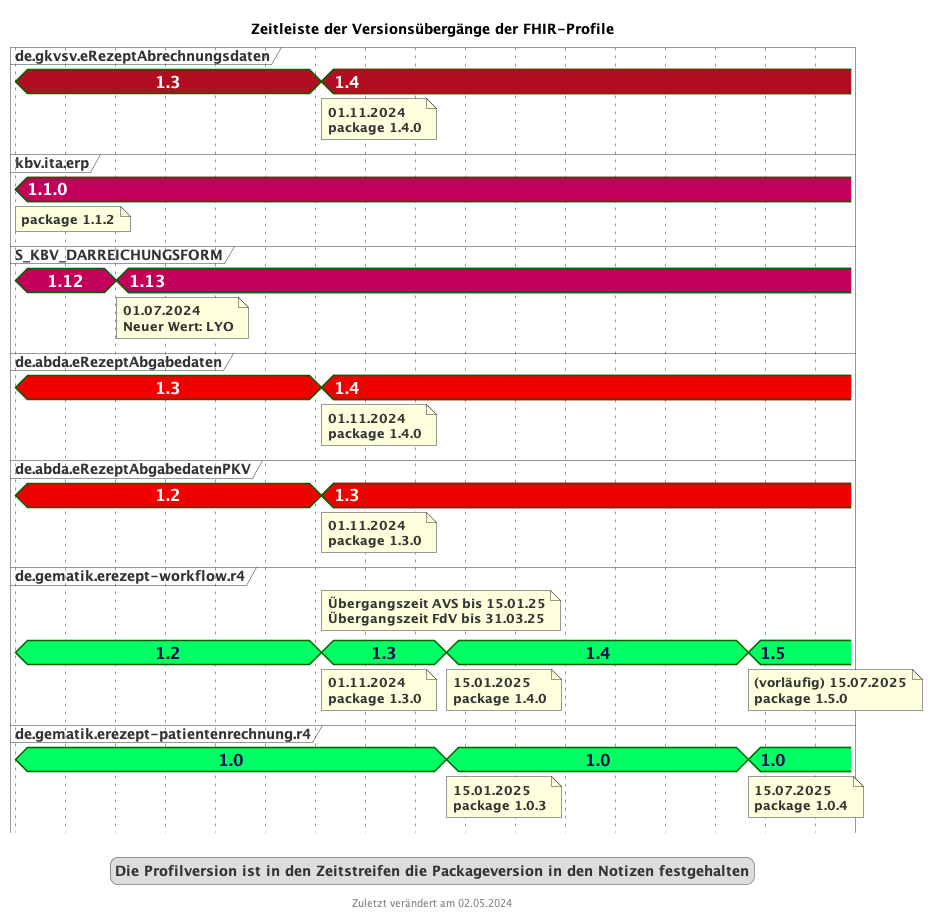
Earlier version of the PlantUML export images/puml_fhir_version_timeline.png (gematik/api-erp).
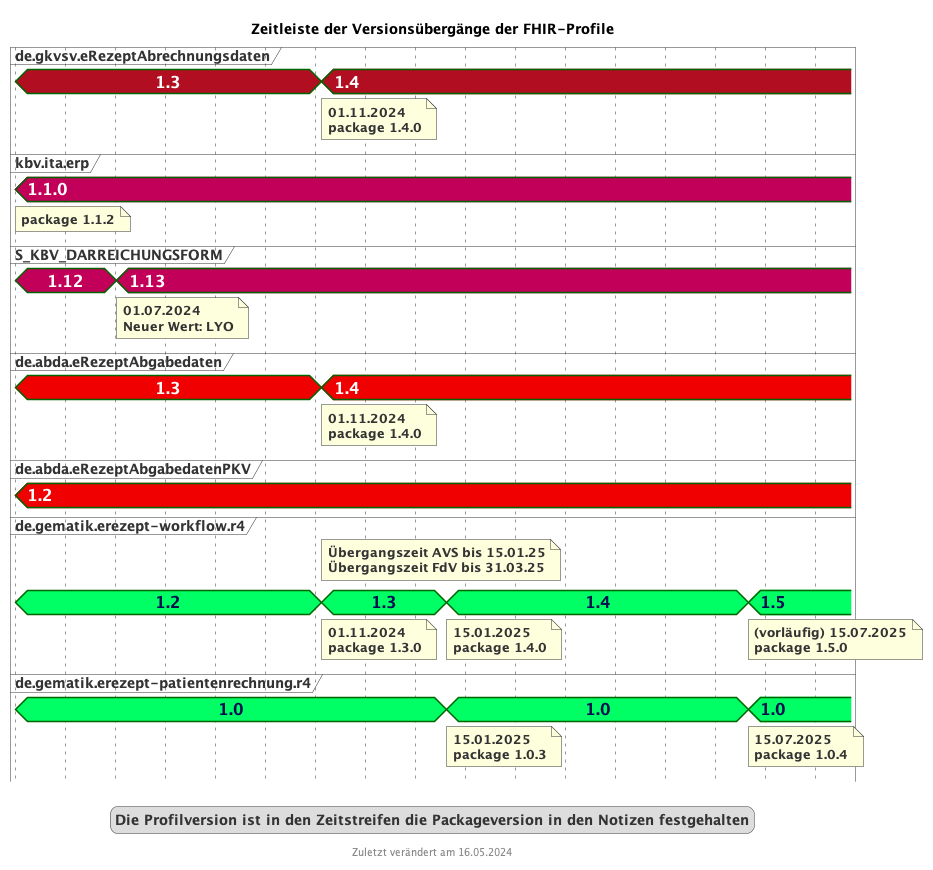
Above is the later version.

Commit message:
remove new pkv abgabedaten package

What changed in the source:
```diff
@@ -28,7 +28,7 @@
 }
 </style>
 title Zeitleiste der Versionsübergänge der FHIR-Profile
-footer Zuletzt verändert am 02.05.2024
+footer Zuletzt verändert am 16.05.2024
 
 
 concise "de.gkvsv.eRezeptAbrechnungsdaten" as GKV <<gkvcolor>>
@@ -62,8 +62,6 @@
 note bottom of GKV : 01.11.2024\npackage 1.4.0
 DAV is 1.4
 note bottom of DAV : 01.11.2024\npackage 1.4.0
-PKV is 1.3
-note bottom of PKV : 01.11.2024\npackage 1.3.0
 gematik is 1.3
 note top of gematik: Übergangszeit AVS bis 15.01.25\nÜbergangszeit FdV bis 31.03.25
 note bottom of gematik : 01.11.2024\npackage 1.3.0
```
